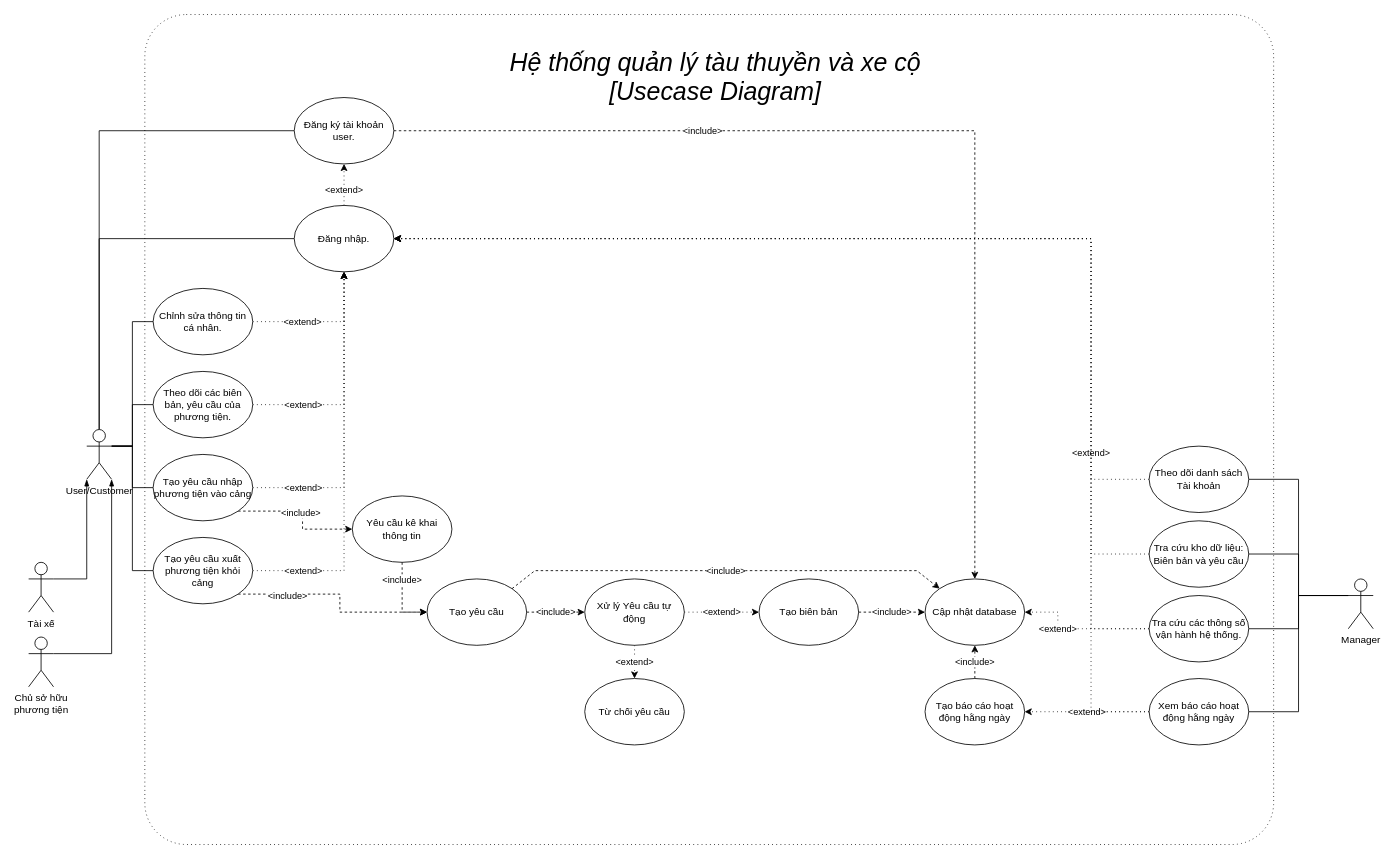
Above: Diagrams/Usecase Diagram - Student Project 01 AI-DUC.drawio in OnceWinged/Project-Vessel-Tracker-HSU (draw.io), before the change. Source tidied: cells renumbered, new cells numbered last; positions are measured from the earlier drawing's top-left corner, leaving out a move shared by most shapes. Both pictures are drawn from the tidied source at 83%, with x=0, y=0 at pixel (28, 14).
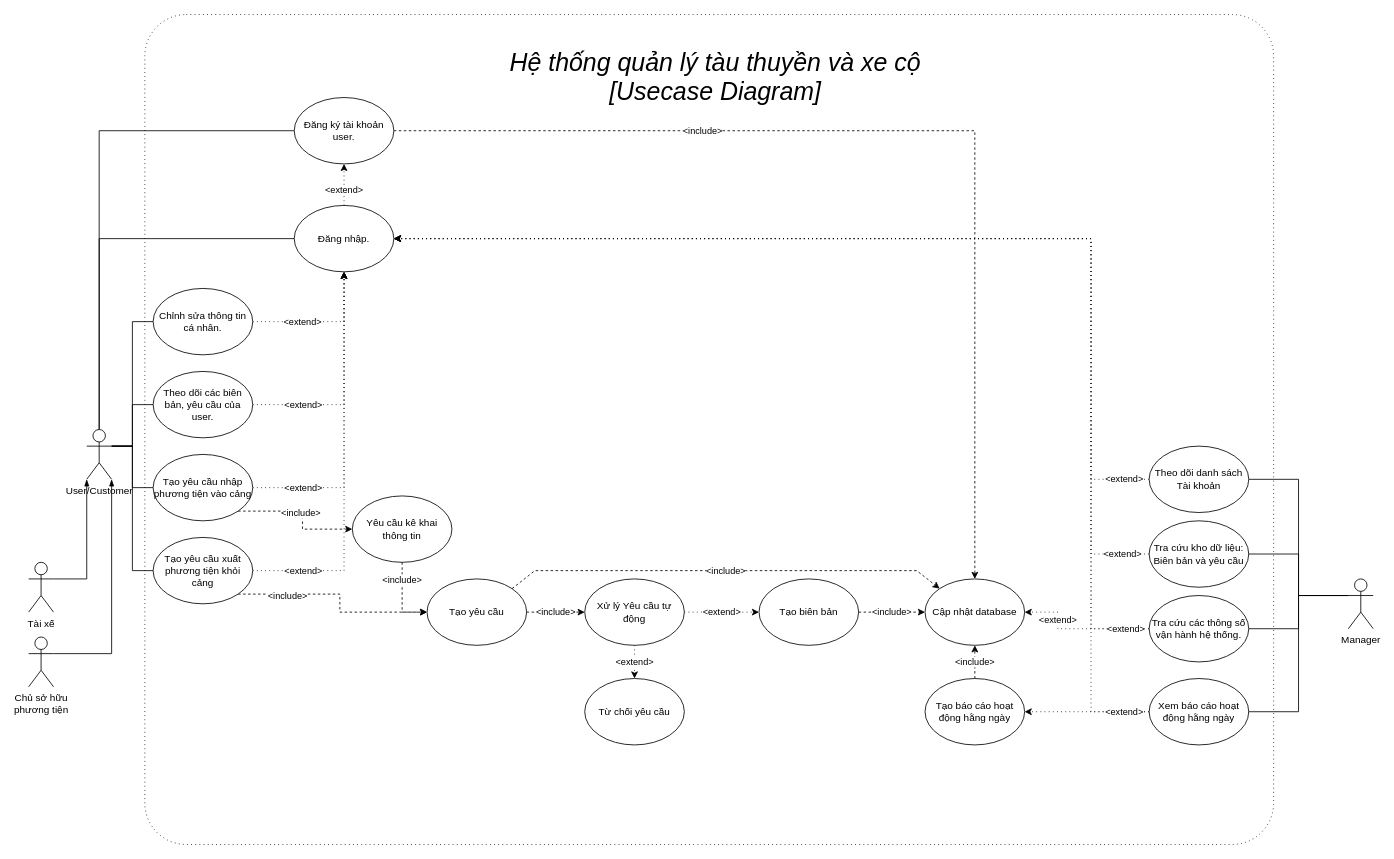
The same diagram, later.

Commit message (it also covers changes not shown here):
Rework mainstream on Class Diagram

The change refers to these unchanged cells:
```xml
<mxCell id="17" value="Đăng nhập." style="ellipse;whiteSpace=wrap;html=1;" parent="1" vertex="1">
  <mxGeometry x="320" y="230" width="120" height="80" as="geometry" />
</mxCell>
<mxCell id="27" value="Theo dõi danh sách Tài khoản" style="ellipse;whiteSpace=wrap;html=1;" parent="1" vertex="1">
  <mxGeometry x="1350" y="520" width="120" height="80" as="geometry" />
</mxCell>
<mxCell id="29" value="Tra cứu kho dữ liệu: Biên bản và yêu cầu" style="ellipse;whiteSpace=wrap;html=1;" parent="1" vertex="1">
  <mxGeometry x="1350" y="610" width="120" height="80" as="geometry" />
</mxCell>
<mxCell id="33" value="Tra cứu các thông số vận hành hệ thống." style="ellipse;whiteSpace=wrap;html=1;" parent="1" vertex="1">
  <mxGeometry x="1350" y="700" width="120" height="80" as="geometry" />
</mxCell>
<mxCell id="49" value="Cập nhật database" style="ellipse;whiteSpace=wrap;html=1;" parent="1" vertex="1">
  <mxGeometry x="1080" y="680" width="120" height="80" as="geometry" />
</mxCell>
<mxCell id="52" value="Xem báo cáo hoạt động hằng ngày" style="ellipse;whiteSpace=wrap;html=1;" parent="1" vertex="1">
  <mxGeometry x="1350" y="800" width="120" height="80" as="geometry" />
</mxCell>
<mxCell id="55" value="Tạo báo cáo hoạt động hằng ngày" style="ellipse;whiteSpace=wrap;html=1;" parent="1" vertex="1">
  <mxGeometry x="1080" y="800" width="120" height="80" as="geometry" />
</mxCell>
```

What changed in the source:
```diff
@@
+    <mxCell id="30" value="&lt;font style=&quot;font-size: 30px;&quot;&gt;&lt;i&gt;Hệ thống quản lý tàu thuyền và xe cộ [Usecase Diagram]&lt;/i&gt;&lt;/font&gt;" style="text;html=1;align=center;verticalAlign=middle;whiteSpace=wrap;rounded=0;" parent="1" vertex="1">
+      <mxGeometry x="570" width="515" height="150" as="geometry" />
+    </mxCell>
@@
-    <mxCell id="23" value="Theo dõi các biên bản, yêu cầu của phương tiện." style="ellipse;whiteSpace=wrap;html=1;" parent="1" vertex="1">
+    <mxCell id="23" value="Theo dõi các biên bản, yêu cầu của user." style="ellipse;whiteSpace=wrap;html=1;" parent="1" vertex="1">
       <mxGeometry x="150" y="430" width="120" height="80" as="geometry" />
     </mxCell>
@@
     <mxCell id="26" value="&amp;lt;extend&amp;gt;" style="edgeStyle=orthogonalEdgeStyle;rounded=0;jettySize=auto;html=1;exitX=0;exitY=0.5;exitDx=0;exitDy=0;entryX=1;entryY=0.5;entryDx=0;entryDy=0;dashed=1;dashPattern=1 4;" parent="1" edge="1" source="27" target="17">
-      <mxGeometry x="-0.83" relative="1" as="geometry">
+      <mxGeometry x="-0.95" relative="1" as="geometry">
         <Array as="points">
           <mxPoint x="1280" y="560" />
           <mxPoint x="1280" y="270" />
         </Array>
       </mxGeometry>
     </mxCell>
@@
-    <mxCell id="28" style="edgeStyle=orthogonalEdgeStyle;rounded=0;jettySize=auto;html=1;entryX=1;entryY=0.5;entryDx=0;entryDy=0;dashed=1;dashPattern=1 4;" parent="1" edge="1" source="29" target="17">
-      <mxGeometry relative="1" as="geometry">
+    <mxCell id="28" value="&amp;lt;extend&amp;gt;" style="edgeStyle=orthogonalEdgeStyle;rounded=0;jettySize=auto;html=1;entryX=1;entryY=0.5;entryDx=0;entryDy=0;dashed=1;dashPattern=1 4;" parent="1" edge="1" source="29" target="17">
+      <mxGeometry x="-0.95" relative="1" as="geometry">
         <Array as="points">
           <mxPoint x="1280" y="650" />
           <mxPoint x="1280" y="270" />
         </Array>
       </mxGeometry>
     </mxCell>
@@
-    <mxCell id="30" value="&lt;font style=&quot;font-size: 30px;&quot;&gt;&lt;i&gt;Hệ thống quản lý tàu thuyền và xe cộ [Usecase Diagram]&lt;/i&gt;&lt;/font&gt;" style="text;html=1;align=center;verticalAlign=middle;whiteSpace=wrap;rounded=0;" parent="1" vertex="1">
-      <mxGeometry x="570" width="515" height="150" as="geometry" />
-    </mxCell>
     <mxCell id="31" value="&amp;lt;extend&amp;gt;" style="edgeStyle=orthogonalEdgeStyle;rounded=0;jettySize=auto;html=1;entryX=1;entryY=0.5;entryDx=0;entryDy=0;dashed=1;dashPattern=1 4;" parent="1" edge="1" source="33" target="49">
-      <mxGeometry x="0.29" relative="1" as="geometry">
+      <mxGeometry x="0.41" relative="1" as="geometry">
         <Array as="points">
           <mxPoint x="1240" y="740" />
           <mxPoint x="1240" y="720" />
         </Array>
       </mxGeometry>
     </mxCell>
-    <mxCell id="32" style="edgeStyle=orthogonalEdgeStyle;rounded=0;jettySize=auto;html=1;exitX=0;exitY=0.5;exitDx=0;exitDy=0;entryX=1;entryY=0.5;entryDx=0;entryDy=0;dashed=1;dashPattern=1 4;" parent="1" edge="1" source="33" target="17">
-      <mxGeometry relative="1" as="geometry">
+    <mxCell id="32" value="&amp;lt;extend&amp;gt;" style="edgeStyle=orthogonalEdgeStyle;rounded=0;jettySize=auto;html=1;exitX=0;exitY=0.5;exitDx=0;exitDy=0;entryX=1;entryY=0.5;entryDx=0;entryDy=0;dashed=1;dashPattern=1 4;" parent="1" edge="1" source="33" target="17">
+      <mxGeometry x="-0.96" relative="1" as="geometry">
         <Array as="points">
           <mxPoint x="1280" y="740" />
           <mxPoint x="1280" y="270" />
         </Array>
       </mxGeometry>
     </mxCell>
@@
-    <mxCell id="50" value="&amp;lt;extend&amp;gt;" style="edgeStyle=orthogonalEdgeStyle;rounded=0;jettySize=auto;html=1;exitX=0;exitY=0.5;exitDx=0;exitDy=0;dashed=1;dashPattern=1 4;" parent="1" edge="1" source="52" target="55">
-      <mxGeometry relative="1" as="geometry" />
+    <mxCell id="50" style="edgeStyle=orthogonalEdgeStyle;rounded=0;jettySize=auto;html=1;exitX=0;exitY=0.5;exitDx=0;exitDy=0;dashed=1;dashPattern=1 4;" parent="1" edge="1" source="52" target="55">
+      <mxGeometry x="0.47" relative="1" as="geometry" />
     </mxCell>
-    <mxCell id="51" style="edgeStyle=orthogonalEdgeStyle;rounded=0;jettySize=auto;html=1;exitX=0;exitY=0.5;exitDx=0;exitDy=0;entryX=1;entryY=0.5;entryDx=0;entryDy=0;dashed=1;dashPattern=1 4;" parent="1" edge="1" source="52" target="17">
-      <mxGeometry relative="1" as="geometry">
+    <mxCell id="51" value="&amp;lt;extend&amp;gt;" style="edgeStyle=orthogonalEdgeStyle;rounded=0;jettySize=auto;html=1;exitX=0;exitY=0.5;exitDx=0;exitDy=0;entryX=1;entryY=0.5;entryDx=0;entryDy=0;dashed=1;dashPattern=1 4;" parent="1" edge="1" source="52" target="17">
+      <mxGeometry x="-0.96" relative="1" as="geometry">
         <Array as="points">
           <mxPoint x="1280" y="840" />
           <mxPoint x="1280" y="270" />
         </Array>
       </mxGeometry>
     </mxCell>
```
